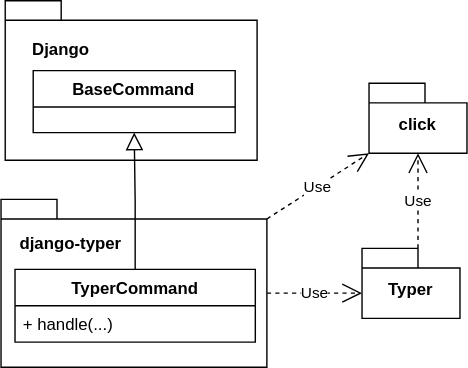
Before: doc/source/_static/img/django_typer_upstream.svg, a diagram exported from draw.io (django-commons/django-typer). Source tidied: cells renumbered, new cells last; positions are measured from the earlier drawing's top-left corner, leaving out a move shared by most shapes.
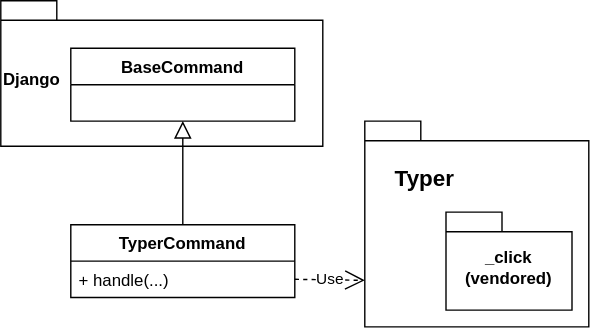
After the change.

Commit message:
update tutorial docs to reflect click vendoring

The edit, as a diff of the source:
```diff
@@ -2,50 +2,35 @@
   <root>
     <mxCell id="0" />
     <mxCell id="1" parent="0" />
+    <mxCell id="3" style="shape=folder;fontStyle=1;spacingTop=10;tabWidth=40;tabHeight=14;tabPosition=left;html=1;whiteSpace=wrap;" parent="1" vertex="1">
+      <mxGeometry x="213" y="96" width="160" height="147" as="geometry" />
+    </mxCell>
-    <mxCell id="2" value="click" style="shape=folder;fontStyle=1;spacingTop=10;tabWidth=40;tabHeight=14;tabPosition=left;html=1;whiteSpace=wrap;" parent="1" vertex="1">
-      <mxGeometry x="263" y="59" width="70" height="50" as="geometry" />
+    <mxCell id="2" value="_click&lt;div&gt;(vendored)&lt;/div&gt;" style="shape=folder;fontStyle=1;spacingTop=10;tabWidth=40;tabHeight=14;tabPosition=left;html=1;whiteSpace=wrap;" parent="1" vertex="1">
+      <mxGeometry x="271" y="161" width="90" height="70" as="geometry" />
     </mxCell>
-    <mxCell id="3" value="Typer" style="shape=folder;fontStyle=1;spacingTop=10;tabWidth=40;tabHeight=14;tabPosition=left;html=1;whiteSpace=wrap;" parent="1" vertex="1">
-      <mxGeometry x="258" y="177" width="70" height="50" as="geometry" />
-    </mxCell>
+    <mxCell id="13" value="TyperCommand" style="swimlane;fontStyle=1;align=center;verticalAlign=top;horizontal=1;startSize=26;whiteSpace=wrap;html=1;" parent="1" vertex="1">
+      <mxGeometry x="3" y="170" width="160" height="52" as="geometry" />
+    </mxCell>
+    <mxCell id="14" value="+ handle(...)" style="text;strokeColor=none;fillColor=none;align=left;verticalAlign=top;spacingLeft=4;spacingRight=4;overflow=hidden;points=[[0,0.5],[1,0.5]];portConstraint=eastwest;whiteSpace=wrap;html=1;" parent="13" vertex="1">
+      <mxGeometry y="26" width="160" height="26" as="geometry" />
+    </mxCell>
     <mxCell id="4" style="group;" parent="1" vertex="1">
-      <mxGeometry x="3" width="180" height="114" as="geometry" />
+      <mxGeometry x="-47" y="10" width="230" height="104" as="geometry" />
     </mxCell>
-    <mxCell id="5" style="shape=folder;fontStyle=1;spacingTop=10;tabWidth=40;tabHeight=14;tabPosition=left;html=1;whiteSpace=wrap;align=left;" parent="4" vertex="1">
-      <mxGeometry width="180" height="114" as="geometry" />
+    <mxCell id="5" value="Django" style="shape=folder;fontStyle=1;spacingTop=10;tabWidth=40;tabHeight=14;tabPosition=left;html=1;whiteSpace=wrap;align=left;" parent="4" vertex="1">
+      <mxGeometry width="230" height="104" as="geometry" />
     </mxCell>
     <mxCell id="6" value="BaseCommand" style="swimlane;fontStyle=1;align=center;verticalAlign=top;horizontal=1;startSize=26;whiteSpace=wrap;html=1;" parent="4" vertex="1">
-      <mxGeometry x="20" y="50" width="144.3" height="44.3" as="geometry" />
+      <mxGeometry x="50" y="34" width="160" height="52" as="geometry" />
     </mxCell>
-    <mxCell id="7" value="&lt;b&gt;Django&lt;/b&gt;" style="text;html=1;align=center;verticalAlign=middle;whiteSpace=wrap;rounded=0;" parent="4" vertex="1">
-      <mxGeometry x="10" y="20" width="60" height="30" as="geometry" />
-    </mxCell>
+    <mxCell id="16" style="endArrow=block;endSize=10;endFill=0;shadow=0;strokeWidth=1;rounded=0;edgeStyle=elbowEdgeStyle;elbow=vertical;entryX=0.5;entryY=1;entryDx=0;entryDy=0;exitX=0.5;exitY=0;exitDx=0;exitDy=0;" parent="1" edge="1" source="13" target="6">
+      <mxGeometry relative="1" as="geometry" />
+    </mxCell>
-    <mxCell id="8" value="Use" style="endArrow=open;endSize=12;dashed=1;html=1;rounded=0;entryX=0;entryY=0;entryDx=0;entryDy=32;entryPerimeter=0;exitX=0;exitY=0;exitDx=190;exitDy=67;exitPerimeter=0;" parent="1" edge="1" source="12" target="3">
+    <mxCell id="8" value="Use" style="endArrow=open;endSize=12;dashed=1;html=1;rounded=0;entryX=0;entryY=0;entryDx=0;entryDy=113.75;entryPerimeter=0;exitX=1;exitY=0.5;exitDx=0;exitDy=0;" parent="1" edge="1" source="14" target="3">
       <mxGeometry relative="1" as="geometry" />
     </mxCell>
-    <mxCell id="9" value="Use" style="endArrow=open;endSize=12;dashed=1;html=1;rounded=0;entryX=0.5;entryY=1;entryDx=0;entryDy=0;entryPerimeter=0;exitX=0;exitY=0;exitDx=40;exitDy=0;exitPerimeter=0;" parent="1" edge="1" source="3" target="2">
-      <mxGeometry relative="1" as="geometry" />
-    </mxCell>
-    <mxCell id="10" value="Use" style="endArrow=open;endSize=12;dashed=1;html=1;rounded=0;entryX=0;entryY=0;entryDx=0;entryDy=50;entryPerimeter=0;exitX=0;exitY=0;exitDx=190;exitDy=14;exitPerimeter=0;" parent="1" edge="1" source="12" target="2">
-      <mxGeometry relative="1" as="geometry" />
-    </mxCell>
-    <mxCell id="11" style="group;" parent="1" vertex="1">
-      <mxGeometry y="142" width="190" height="120" as="geometry" />
-    </mxCell>
-    <mxCell id="12" style="shape=folder;fontStyle=1;spacingTop=10;tabWidth=40;tabHeight=14;tabPosition=left;html=1;whiteSpace=wrap;align=left;" parent="11" vertex="1">
-      <mxGeometry width="190" height="120" as="geometry" />
-    </mxCell>
-    <mxCell id="13" value="TyperCommand" style="swimlane;fontStyle=1;align=center;verticalAlign=top;horizontal=1;startSize=26;whiteSpace=wrap;html=1;" parent="11" vertex="1">
-      <mxGeometry x="10" y="50" width="171.7" height="52" as="geometry" />
-    </mxCell>
-    <mxCell id="14" value="+ handle(...)" style="text;strokeColor=none;fillColor=none;align=left;verticalAlign=top;spacingLeft=4;spacingRight=4;overflow=hidden;points=[[0,0.5],[1,0.5]];portConstraint=eastwest;whiteSpace=wrap;html=1;" parent="13" vertex="1">
-      <mxGeometry y="26" width="171.7" height="26" as="geometry" />
-    </mxCell>
-    <mxCell id="15" value="&lt;b&gt;django-typer&lt;/b&gt;" style="text;html=1;align=center;verticalAlign=middle;whiteSpace=wrap;rounded=0;" parent="11" vertex="1">
-      <mxGeometry x="10" y="17" width="80" height="30" as="geometry" />
-    </mxCell>
-    <mxCell id="16" style="endArrow=block;endSize=10;endFill=0;shadow=0;strokeWidth=1;rounded=0;edgeStyle=elbowEdgeStyle;elbow=vertical;entryX=0.5;entryY=1;entryDx=0;entryDy=0;exitX=0.5;exitY=0;exitDx=0;exitDy=0;" parent="1" edge="1" source="13" target="6">
-      <mxGeometry relative="1" as="geometry" />
-    </mxCell>
+    <mxCell id="17" value="&lt;b&gt;&lt;font style=&quot;font-size: 16px;&quot;&gt;Typer&lt;/font&gt;&lt;/b&gt;" style="text;html=1;whiteSpace=wrap;strokeColor=none;fillColor=none;align=center;verticalAlign=middle;rounded=0;" parent="1" vertex="1">
+      <mxGeometry x="226" y="122" width="60" height="30" as="geometry" />
+    </mxCell>
   </root>
 </mxGraphModel>
```
